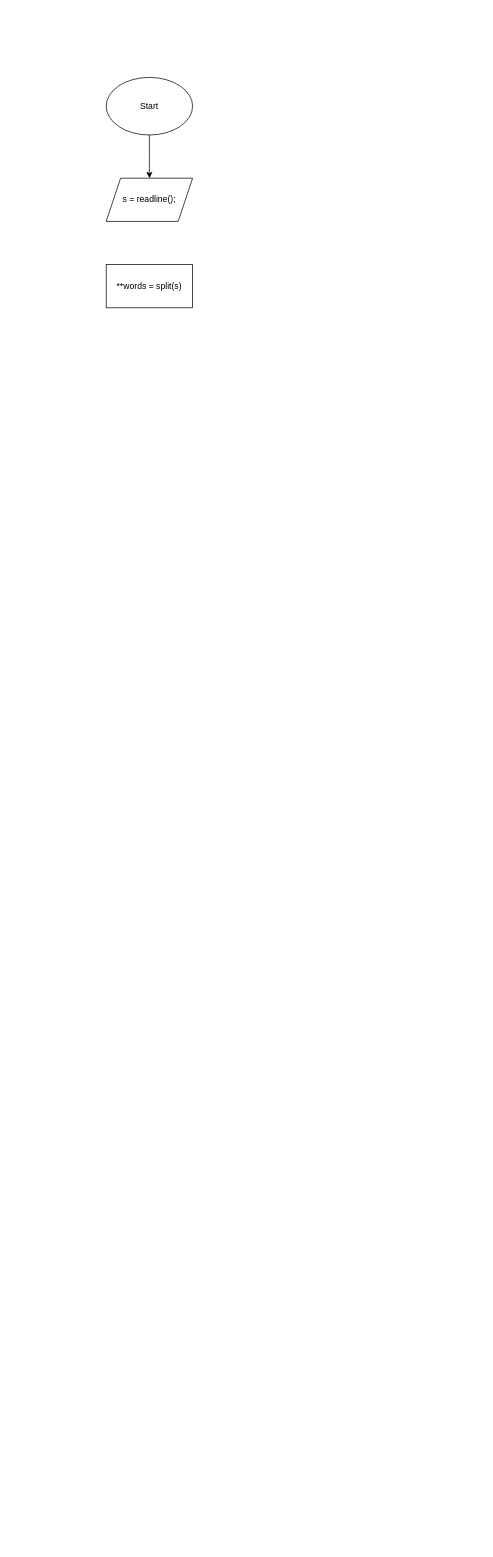
Above: labs/lab4/lab4.drawio in Glebins/mephi_labs (draw.io), before the change. Source tidied: cells renumbered, new cells numbered last; positions are measured from the earlier drawing's top-left corner, leaving out a move shared by most shapes. Both pictures are drawn from the tidied source at 72%, with x=0, y=0 at pixel (106, 77).
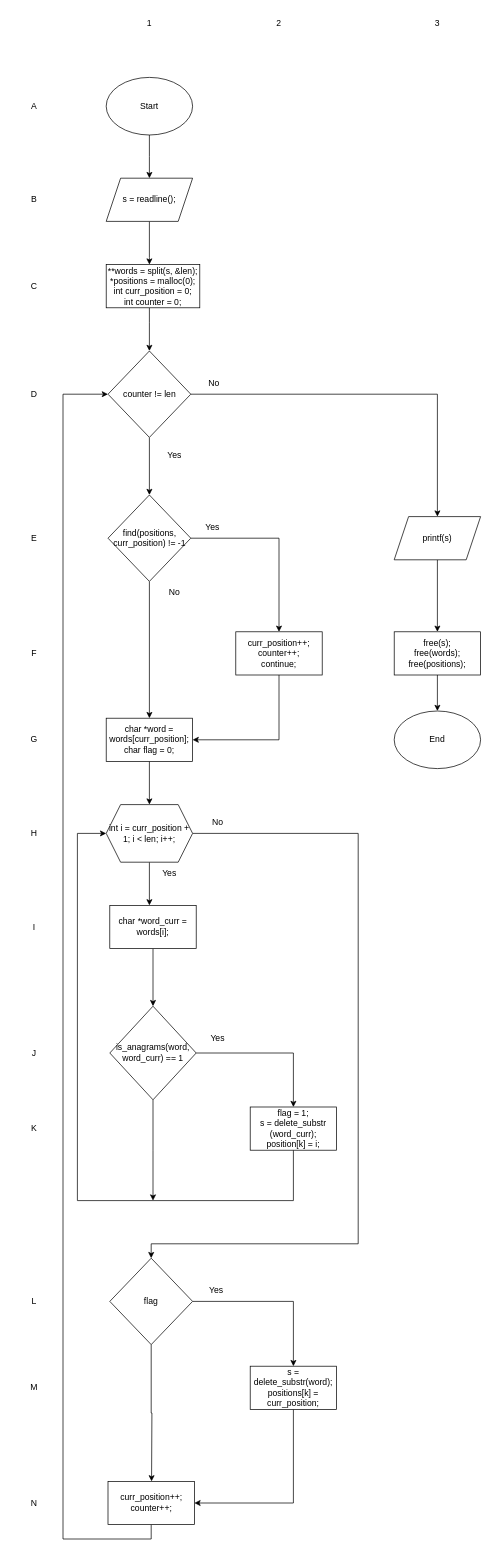
Above is the later version.

Unchanged cells that the change refers to:
```xml
<mxCell id="4" value="s = readline();" style="shape=parallelogram;perimeter=parallelogramPerimeter;whiteSpace=wrap;html=1;fixedSize=1;" parent="1" vertex="1">
  <mxGeometry y="140" width="120" height="60" as="geometry" />
</mxCell>
```

What changed in the source:
```diff
@@
+    <mxCell id="6" style="edgeStyle=orthogonalEdgeStyle;rounded=0;jettySize=auto;html=1;" parent="1" edge="1" source="4" target="5">
+      <mxGeometry relative="1" as="geometry">
+        <Array as="points">
+          <mxPoint x="60" y="250" />
+          <mxPoint x="60" y="250" />
+        </Array>
+      </mxGeometry>
+    </mxCell>
@@
+    <mxCell id="7" style="edgeStyle=orthogonalEdgeStyle;rounded=0;jettySize=auto;html=1;" parent="1" edge="1" source="5" target="10">
+      <mxGeometry relative="1" as="geometry">
+        <Array as="points">
+          <mxPoint x="60" y="340" />
+          <mxPoint x="60" y="340" />
+        </Array>
+      </mxGeometry>
+    </mxCell>
-    <mxCell id="5" value="**words = split(s)" style="rounded=0;whiteSpace=wrap;html=1;" parent="1" vertex="1">
-      <mxGeometry y="260" width="120" height="60" as="geometry" />
+    <mxCell id="5" value="**words = split(s, &amp;amp;len);&lt;br&gt;*positions = malloc(0);&lt;br&gt;int curr_position = 0;&lt;br&gt;int counter = 0;" style="rounded=0;whiteSpace=wrap;html=1;" parent="1" vertex="1">
+      <mxGeometry y="260" width="130" height="60" as="geometry" />
     </mxCell>
+    <mxCell id="8" style="edgeStyle=orthogonalEdgeStyle;rounded=0;jettySize=auto;html=1;" parent="1" edge="1" source="10" target="13">
+      <mxGeometry relative="1" as="geometry" />
+    </mxCell>
+    <mxCell id="9" style="edgeStyle=orthogonalEdgeStyle;rounded=0;jettySize=auto;html=1;exitX=1;exitY=0.5;exitDx=0;exitDy=0;entryX=0.5;entryY=0;entryDx=0;entryDy=0;" parent="1" edge="1" source="10" target="36">
+      <mxGeometry relative="1" as="geometry" />
+    </mxCell>
+    <mxCell id="10" value="counter != len" style="rhombus;whiteSpace=wrap;html=1;" parent="1" vertex="1">
+      <mxGeometry x="2.5" y="380" width="115" height="120" as="geometry" />
+    </mxCell>
+    <mxCell id="11" style="edgeStyle=orthogonalEdgeStyle;rounded=0;jettySize=auto;html=1;exitX=1;exitY=0.5;exitDx=0;exitDy=0;entryX=0.5;entryY=0;entryDx=0;entryDy=0;" parent="1" edge="1" source="13" target="15">
+      <mxGeometry relative="1" as="geometry" />
+    </mxCell>
+    <mxCell id="12" style="edgeStyle=orthogonalEdgeStyle;rounded=0;jettySize=auto;html=1;exitX=0.5;exitY=1;exitDx=0;exitDy=0;entryX=0.5;entryY=0;entryDx=0;entryDy=0;" parent="1" edge="1" source="13" target="17">
+      <mxGeometry relative="1" as="geometry" />
+    </mxCell>
+    <mxCell id="13" value="find(positions, curr_position) != -1" style="rhombus;whiteSpace=wrap;html=1;" parent="1" vertex="1">
+      <mxGeometry x="2.5" y="580" width="115" height="120" as="geometry" />
+    </mxCell>
+    <mxCell id="14" style="edgeStyle=orthogonalEdgeStyle;rounded=0;jettySize=auto;html=1;exitX=0.5;exitY=1;exitDx=0;exitDy=0;entryX=1;entryY=0.5;entryDx=0;entryDy=0;" parent="1" edge="1" source="15" target="17">
+      <mxGeometry relative="1" as="geometry" />
+    </mxCell>
+    <mxCell id="15" value="curr_position++;&lt;br&gt;counter++;&lt;br&gt;continue;" style="rounded=0;whiteSpace=wrap;html=1;" parent="1" vertex="1">
+      <mxGeometry x="180" y="770" width="120" height="60" as="geometry" />
+    </mxCell>
+    <mxCell id="16" style="edgeStyle=orthogonalEdgeStyle;rounded=0;jettySize=auto;html=1;" parent="1" edge="1" source="17" target="20">
+      <mxGeometry relative="1" as="geometry" />
+    </mxCell>
+    <mxCell id="17" value="char *word = words[curr_position];&lt;br&gt;char flag = 0;" style="rounded=0;whiteSpace=wrap;html=1;" parent="1" vertex="1">
+      <mxGeometry y="890" width="120" height="60" as="geometry" />
+    </mxCell>
+    <mxCell id="18" style="edgeStyle=orthogonalEdgeStyle;rounded=0;jettySize=auto;html=1;" parent="1" edge="1" source="20" target="22">
+      <mxGeometry relative="1" as="geometry">
+        <Array as="points">
+          <mxPoint x="60" y="1130" />
+          <mxPoint x="60" y="1130" />
+        </Array>
+      </mxGeometry>
+    </mxCell>
+    <mxCell id="19" style="edgeStyle=orthogonalEdgeStyle;rounded=0;jettySize=auto;html=1;exitX=1;exitY=0.5;exitDx=0;exitDy=0;entryX=0.5;entryY=0;entryDx=0;entryDy=0;" parent="1" edge="1" source="20" target="30">
+      <mxGeometry relative="1" as="geometry">
+        <Array as="points">
+          <mxPoint x="350" y="1050" />
+          <mxPoint x="350" y="1620" />
+          <mxPoint x="63" y="1620" />
+        </Array>
+      </mxGeometry>
+    </mxCell>
+    <mxCell id="20" value="int i = curr_position + 1; i &amp;lt; len; i++;" style="shape=hexagon;perimeter=hexagonPerimeter2;whiteSpace=wrap;html=1;fixedSize=1;" parent="1" vertex="1">
+      <mxGeometry y="1010" width="120" height="80" as="geometry" />
+    </mxCell>
+    <mxCell id="21" style="edgeStyle=orthogonalEdgeStyle;rounded=0;jettySize=auto;html=1;" parent="1" edge="1" source="22" target="25">
+      <mxGeometry relative="1" as="geometry" />
+    </mxCell>
+    <mxCell id="22" value="char *word_curr = words[i];" style="rounded=0;whiteSpace=wrap;html=1;" parent="1" vertex="1">
+      <mxGeometry x="5" y="1150" width="120" height="60" as="geometry" />
+    </mxCell>
+    <mxCell id="23" style="edgeStyle=orthogonalEdgeStyle;rounded=0;jettySize=auto;html=1;exitX=0.5;exitY=1;exitDx=0;exitDy=0;" parent="1" edge="1" source="25">
+      <mxGeometry relative="1" as="geometry">
+        <mxPoint x="65" y="1560" as="targetPoint" />
+      </mxGeometry>
+    </mxCell>
+    <mxCell id="24" style="edgeStyle=orthogonalEdgeStyle;rounded=0;jettySize=auto;html=1;exitX=1;exitY=0.5;exitDx=0;exitDy=0;entryX=0.5;entryY=0;entryDx=0;entryDy=0;" parent="1" edge="1" source="25" target="27">
+      <mxGeometry relative="1" as="geometry" />
+    </mxCell>
+    <mxCell id="25" value="is_anagrams(word, word_curr) == 1" style="rhombus;whiteSpace=wrap;html=1;" parent="1" vertex="1">
+      <mxGeometry x="5" y="1290" width="120" height="130" as="geometry" />
+    </mxCell>
+    <mxCell id="26" style="edgeStyle=orthogonalEdgeStyle;rounded=0;jettySize=auto;html=1;exitX=0.5;exitY=1;exitDx=0;exitDy=0;entryX=0;entryY=0.5;entryDx=0;entryDy=0;" parent="1" edge="1" source="27" target="20">
+      <mxGeometry relative="1" as="geometry">
+        <Array as="points">
+          <mxPoint x="260" y="1560" />
+          <mxPoint x="-40" y="1560" />
+          <mxPoint x="-40" y="1050" />
+        </Array>
+      </mxGeometry>
+    </mxCell>
+    <mxCell id="27" value="flag = 1;&lt;br&gt;s = delete_substr (word_curr);&lt;br&gt;position[k] = i;" style="rounded=0;whiteSpace=wrap;html=1;" parent="1" vertex="1">
+      <mxGeometry x="200" y="1430" width="120" height="60" as="geometry" />
+    </mxCell>
+    <mxCell id="28" style="edgeStyle=orthogonalEdgeStyle;rounded=0;jettySize=auto;html=1;exitX=1;exitY=0.5;exitDx=0;exitDy=0;entryX=0.5;entryY=0;entryDx=0;entryDy=0;" parent="1" edge="1" source="30" target="32">
+      <mxGeometry relative="1" as="geometry" />
+    </mxCell>
+    <mxCell id="29" style="edgeStyle=orthogonalEdgeStyle;rounded=0;jettySize=auto;html=1;exitX=0.5;exitY=1;exitDx=0;exitDy=0;" parent="1" edge="1" source="30">
+      <mxGeometry relative="1" as="geometry">
+        <mxPoint x="63" y="1950" as="targetPoint" />
+      </mxGeometry>
+    </mxCell>
+    <mxCell id="30" value="flag" style="rhombus;whiteSpace=wrap;html=1;" parent="1" vertex="1">
+      <mxGeometry x="5" y="1640" width="115" height="120" as="geometry" />
+    </mxCell>
+    <mxCell id="31" style="edgeStyle=orthogonalEdgeStyle;rounded=0;jettySize=auto;html=1;exitX=0.5;exitY=1;exitDx=0;exitDy=0;entryX=1;entryY=0.5;entryDx=0;entryDy=0;" parent="1" edge="1" source="32" target="34">
+      <mxGeometry relative="1" as="geometry" />
+    </mxCell>
+    <mxCell id="32" value="s = delete_substr(word);&lt;br&gt;positions[k] = curr_position;" style="rounded=0;whiteSpace=wrap;html=1;" parent="1" vertex="1">
+      <mxGeometry x="200" y="1790" width="120" height="60" as="geometry" />
+    </mxCell>
+    <mxCell id="33" style="edgeStyle=orthogonalEdgeStyle;rounded=0;jettySize=auto;html=1;exitX=0.5;exitY=1;exitDx=0;exitDy=0;entryX=0;entryY=0.5;entryDx=0;entryDy=0;" parent="1" edge="1" source="34" target="10">
+      <mxGeometry relative="1" as="geometry">
+        <Array as="points">
+          <mxPoint x="63" y="2030" />
+          <mxPoint x="-60" y="2030" />
+          <mxPoint x="-60" y="440" />
+        </Array>
+      </mxGeometry>
+    </mxCell>
+    <mxCell id="34" value="curr_position++;&lt;br&gt;counter++;" style="rounded=0;whiteSpace=wrap;html=1;" parent="1" vertex="1">
+      <mxGeometry x="2.5" y="1950" width="120" height="60" as="geometry" />
+    </mxCell>
+    <mxCell id="35" style="edgeStyle=orthogonalEdgeStyle;rounded=0;jettySize=auto;html=1;exitX=0.5;exitY=1;exitDx=0;exitDy=0;" parent="1" edge="1" source="36" target="38">
+      <mxGeometry relative="1" as="geometry" />
+    </mxCell>
+    <mxCell id="36" value="printf(s)" style="shape=parallelogram;perimeter=parallelogramPerimeter;whiteSpace=wrap;html=1;fixedSize=1;" parent="1" vertex="1">
+      <mxGeometry x="400" y="610" width="120" height="60" as="geometry" />
+    </mxCell>
+    <mxCell id="37" style="edgeStyle=orthogonalEdgeStyle;rounded=0;jettySize=auto;html=1;" parent="1" edge="1" source="38" target="39">
+      <mxGeometry relative="1" as="geometry" />
+    </mxCell>
+    <mxCell id="38" value="free(s);&lt;br&gt;free(words);&lt;br&gt;free(positions);" style="rounded=0;whiteSpace=wrap;html=1;" parent="1" vertex="1">
+      <mxGeometry x="400" y="770" width="120" height="60" as="geometry" />
+    </mxCell>
+    <mxCell id="39" value="End" style="ellipse;whiteSpace=wrap;html=1;" parent="1" vertex="1">
+      <mxGeometry x="400" y="880" width="120" height="80" as="geometry" />
+    </mxCell>
+    <mxCell id="40" value="A" style="text;html=1;strokeColor=none;fillColor=none;align=center;verticalAlign=middle;whiteSpace=wrap;rounded=0;" parent="1" vertex="1">
+      <mxGeometry x="-130" y="25" width="60" height="30" as="geometry" />
+    </mxCell>
+    <mxCell id="41" value="B" style="text;html=1;strokeColor=none;fillColor=none;align=center;verticalAlign=middle;whiteSpace=wrap;rounded=0;" parent="1" vertex="1">
+      <mxGeometry x="-130" y="155" width="60" height="30" as="geometry" />
+    </mxCell>
+    <mxCell id="42" value="D" style="text;html=1;strokeColor=none;fillColor=none;align=center;verticalAlign=middle;whiteSpace=wrap;rounded=0;" parent="1" vertex="1">
+      <mxGeometry x="-130" y="425" width="60" height="30" as="geometry" />
+    </mxCell>
+    <mxCell id="43" value="C" style="text;html=1;strokeColor=none;fillColor=none;align=center;verticalAlign=middle;whiteSpace=wrap;rounded=0;" parent="1" vertex="1">
+      <mxGeometry x="-130" y="275" width="60" height="30" as="geometry" />
+    </mxCell>
+    <mxCell id="44" value="E" style="text;html=1;strokeColor=none;fillColor=none;align=center;verticalAlign=middle;whiteSpace=wrap;rounded=0;" parent="1" vertex="1">
+      <mxGeometry x="-130" y="625" width="60" height="30" as="geometry" />
+    </mxCell>
+    <mxCell id="45" value="F" style="text;html=1;strokeColor=none;fillColor=none;align=center;verticalAlign=middle;whiteSpace=wrap;rounded=0;" parent="1" vertex="1">
+      <mxGeometry x="-130" y="785" width="60" height="30" as="geometry" />
+    </mxCell>
+    <mxCell id="46" value="G" style="text;html=1;strokeColor=none;fillColor=none;align=center;verticalAlign=middle;whiteSpace=wrap;rounded=0;" parent="1" vertex="1">
+      <mxGeometry x="-130" y="905" width="60" height="30" as="geometry" />
+    </mxCell>
+    <mxCell id="47" value="H" style="text;html=1;strokeColor=none;fillColor=none;align=center;verticalAlign=middle;whiteSpace=wrap;rounded=0;" parent="1" vertex="1">
+      <mxGeometry x="-130" y="1035" width="60" height="30" as="geometry" />
+    </mxCell>
+    <mxCell id="48" value="I" style="text;html=1;strokeColor=none;fillColor=none;align=center;verticalAlign=middle;whiteSpace=wrap;rounded=0;" parent="1" vertex="1">
+      <mxGeometry x="-130" y="1165" width="60" height="30" as="geometry" />
+    </mxCell>
+    <mxCell id="49" value="J" style="text;html=1;strokeColor=none;fillColor=none;align=center;verticalAlign=middle;whiteSpace=wrap;rounded=0;" parent="1" vertex="1">
+      <mxGeometry x="-130" y="1340" width="60" height="30" as="geometry" />
+    </mxCell>
+    <mxCell id="50" value="K" style="text;html=1;strokeColor=none;fillColor=none;align=center;verticalAlign=middle;whiteSpace=wrap;rounded=0;" parent="1" vertex="1">
+      <mxGeometry x="-130" y="1445" width="60" height="30" as="geometry" />
+    </mxCell>
+    <mxCell id="51" value="L" style="text;html=1;strokeColor=none;fillColor=none;align=center;verticalAlign=middle;whiteSpace=wrap;rounded=0;" parent="1" vertex="1">
+      <mxGeometry x="-130" y="1685" width="60" height="30" as="geometry" />
+    </mxCell>
+    <mxCell id="52" value="M" style="text;html=1;strokeColor=none;fillColor=none;align=center;verticalAlign=middle;whiteSpace=wrap;rounded=0;" parent="1" vertex="1">
+      <mxGeometry x="-130" y="1805" width="60" height="30" as="geometry" />
+    </mxCell>
+    <mxCell id="53" value="N" style="text;html=1;strokeColor=none;fillColor=none;align=center;verticalAlign=middle;whiteSpace=wrap;rounded=0;" parent="1" vertex="1">
+      <mxGeometry x="-130" y="1965" width="60" height="30" as="geometry" />
+    </mxCell>
+    <mxCell id="54" value="1" style="text;html=1;strokeColor=none;fillColor=none;align=center;verticalAlign=middle;whiteSpace=wrap;rounded=0;" parent="1" vertex="1">
+      <mxGeometry x="30" y="-90" width="60" height="30" as="geometry" />
+    </mxCell>
+    <mxCell id="55" value="2" style="text;html=1;strokeColor=none;fillColor=none;align=center;verticalAlign=middle;whiteSpace=wrap;rounded=0;" parent="1" vertex="1">
+      <mxGeometry x="210" y="-90" width="60" height="30" as="geometry" />
+    </mxCell>
+    <mxCell id="56" value="3" style="text;html=1;strokeColor=none;fillColor=none;align=center;verticalAlign=middle;whiteSpace=wrap;rounded=0;" parent="1" vertex="1">
+      <mxGeometry x="430" y="-90" width="60" height="30" as="geometry" />
+    </mxCell>
+    <mxCell id="57" value="Yes" style="text;html=1;strokeColor=none;fillColor=none;align=center;verticalAlign=middle;whiteSpace=wrap;rounded=0;" parent="1" vertex="1">
+      <mxGeometry x="65" y="510" width="60" height="30" as="geometry" />
+    </mxCell>
+    <mxCell id="58" value="No" style="text;html=1;strokeColor=none;fillColor=none;align=center;verticalAlign=middle;whiteSpace=wrap;rounded=0;" parent="1" vertex="1">
+      <mxGeometry x="120" y="410" width="60" height="30" as="geometry" />
+    </mxCell>
+    <mxCell id="59" value="Yes" style="text;html=1;strokeColor=none;fillColor=none;align=center;verticalAlign=middle;whiteSpace=wrap;rounded=0;" parent="1" vertex="1">
+      <mxGeometry x="118" y="610" width="60" height="30" as="geometry" />
+    </mxCell>
+    <mxCell id="60" value="No" style="text;html=1;strokeColor=none;fillColor=none;align=center;verticalAlign=middle;whiteSpace=wrap;rounded=0;" parent="1" vertex="1">
+      <mxGeometry x="65" y="700" width="60" height="30" as="geometry" />
+    </mxCell>
+    <mxCell id="61" value="Yes" style="text;html=1;strokeColor=none;fillColor=none;align=center;verticalAlign=middle;whiteSpace=wrap;rounded=0;" parent="1" vertex="1">
+      <mxGeometry x="57.5" y="1090" width="60" height="30" as="geometry" />
+    </mxCell>
+    <mxCell id="62" value="No" style="text;html=1;strokeColor=none;fillColor=none;align=center;verticalAlign=middle;whiteSpace=wrap;rounded=0;" parent="1" vertex="1">
+      <mxGeometry x="125" y="1020" width="60" height="30" as="geometry" />
+    </mxCell>
+    <mxCell id="63" value="Yes" style="text;html=1;strokeColor=none;fillColor=none;align=center;verticalAlign=middle;whiteSpace=wrap;rounded=0;" parent="1" vertex="1">
+      <mxGeometry x="125" y="1320" width="60" height="30" as="geometry" />
+    </mxCell>
+    <mxCell id="64" value="Yes" style="text;html=1;strokeColor=none;fillColor=none;align=center;verticalAlign=middle;whiteSpace=wrap;rounded=0;" parent="1" vertex="1">
+      <mxGeometry x="123" y="1670" width="60" height="30" as="geometry" />
+    </mxCell>
```
